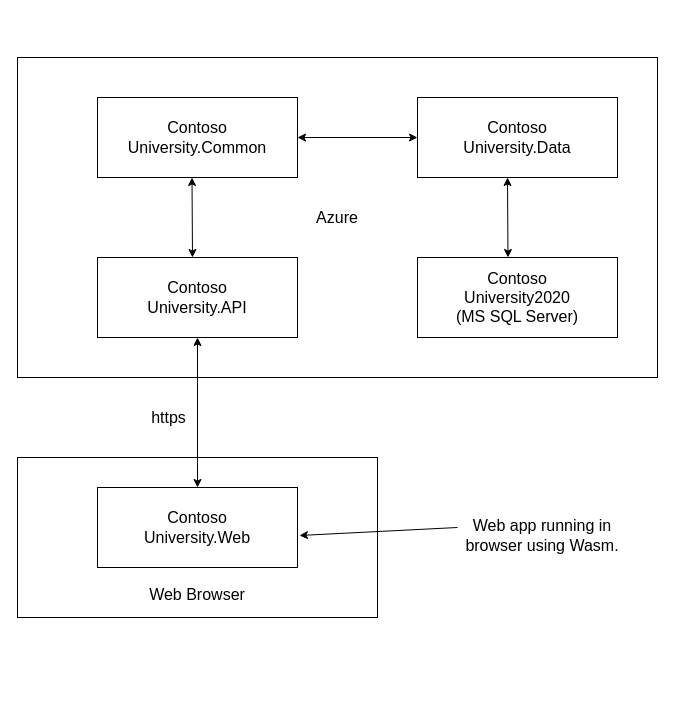
Above: Contoso-app.drawio in MBDev2k/PublicStuff (draw.io), before the change. Source tidied: cells renumbered, new cells numbered last; positions are measured from the earlier drawing's top-left corner, leaving out a move shared by most shapes. Both pictures are drawn from the tidied source at 100%, with x=0, y=0 at pixel (17, 57).
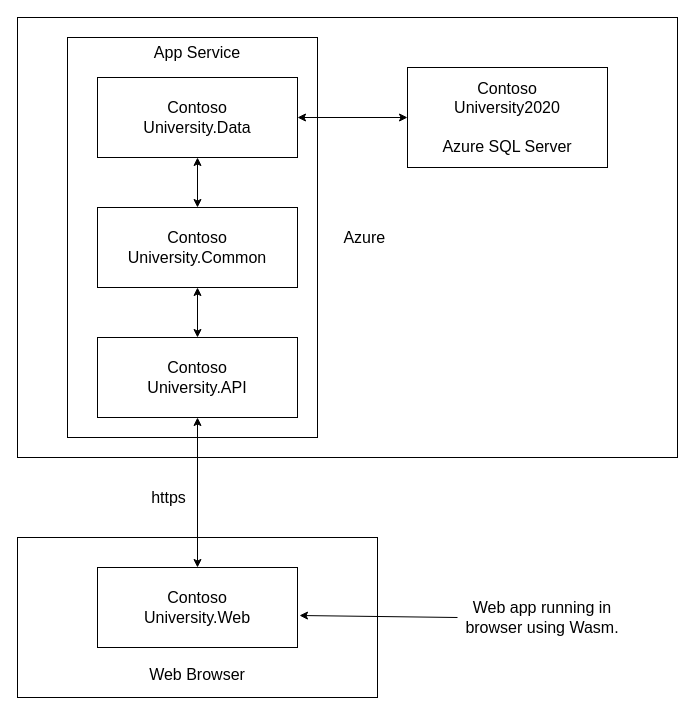
The same page after the edit.

What changed in the source:
```diff
@@
 <mxGraphModel>
   <root>
     <mxCell id="0" />
     <mxCell id="1" parent="0" />
-    <mxCell id="2" value="&lt;font style=&quot;font-size: 16px;&quot;&gt;Azure&lt;/font&gt;" style="rounded=0;whiteSpace=wrap;html=1;" parent="1" vertex="1">
-      <mxGeometry width="640" height="320" as="geometry" />
+    <mxCell id="2" value="&lt;font style=&quot;font-size: 16px;&quot;&gt;&amp;nbsp;&amp;nbsp;&amp;nbsp;&amp;nbsp;&amp;nbsp;&amp;nbsp;&amp;nbsp; Azure&lt;/font&gt;" style="rounded=0;whiteSpace=wrap;html=1;" parent="1" vertex="1">
+      <mxGeometry y="-40" width="660" height="440" as="geometry" />
     </mxCell>
+    <mxCell id="16" style="rounded=0;whiteSpace=wrap;html=1;" parent="1" vertex="1">
+      <mxGeometry x="50" y="-20" width="250" height="400" as="geometry" />
+    </mxCell>
     <mxCell id="3" value="&lt;div&gt;&lt;br&gt;&lt;/div&gt;&lt;div&gt;&lt;br&gt;&lt;/div&gt;&lt;div&gt;&lt;br&gt;&lt;/div&gt;&lt;div&gt;&lt;br&gt;&lt;/div&gt;&lt;div&gt;&lt;br&gt;&lt;/div&gt;&lt;div&gt;&lt;br&gt;&lt;/div&gt;&lt;div&gt;&lt;br&gt;&lt;/div&gt;&lt;div&gt;&lt;br&gt;&lt;/div&gt;&lt;div&gt;&lt;font style=&quot;font-size: 16px;&quot;&gt;Web Browser&lt;/font&gt;&lt;/div&gt;" style="rounded=0;whiteSpace=wrap;html=1;" parent="1" vertex="1">
-      <mxGeometry y="400" width="360" height="160" as="geometry" />
+      <mxGeometry y="480" width="360" height="160" as="geometry" />
     </mxCell>
     <mxCell id="4" value="&lt;div style=&quot;font-size: 16px;&quot;&gt;&lt;font style=&quot;font-size: 16px;&quot;&gt;Contoso&lt;/font&gt;&lt;/div&gt;&lt;div style=&quot;font-size: 16px;&quot;&gt;&lt;font style=&quot;font-size: 16px;&quot;&gt;University.API&lt;/font&gt;&lt;/div&gt;" style="rounded=0;whiteSpace=wrap;html=1;" parent="1" vertex="1">
-      <mxGeometry x="80" y="200" width="200" height="80" as="geometry" />
+      <mxGeometry x="80" y="280" width="200" height="80" as="geometry" />
     </mxCell>
     <mxCell id="5" value="&lt;div style=&quot;font-size: 16px;&quot;&gt;&lt;font style=&quot;font-size: 16px;&quot;&gt;Contoso&lt;/font&gt;&lt;/div&gt;&lt;div style=&quot;font-size: 16px;&quot;&gt;&lt;font style=&quot;font-size: 16px;&quot;&gt;University.Web&lt;/font&gt;&lt;/div&gt;" style="rounded=0;whiteSpace=wrap;html=1;" parent="1" vertex="1">
-      <mxGeometry x="80" y="430" width="200" height="80" as="geometry" />
+      <mxGeometry x="80" y="510" width="200" height="80" as="geometry" />
     </mxCell>
     <mxCell id="6" value="&lt;div style=&quot;font-size: 16px;&quot;&gt;&lt;font style=&quot;font-size: 16px;&quot;&gt;Contoso&lt;/font&gt;&lt;/div&gt;&lt;div style=&quot;font-size: 16px;&quot;&gt;&lt;font style=&quot;font-size: 16px;&quot;&gt;University.Common&lt;/font&gt;&lt;/div&gt;" style="rounded=0;whiteSpace=wrap;html=1;" parent="1" vertex="1">
-      <mxGeometry x="80" y="40" width="200" height="80" as="geometry" />
+      <mxGeometry x="80" y="150" width="200" height="80" as="geometry" />
     </mxCell>
     <mxCell id="7" value="&lt;div style=&quot;font-size: 16px;&quot;&gt;&lt;font style=&quot;font-size: 16px;&quot;&gt;Contoso&lt;/font&gt;&lt;/div&gt;&lt;div style=&quot;font-size: 16px;&quot;&gt;&lt;font style=&quot;font-size: 16px;&quot;&gt;University.Data&lt;/font&gt;&lt;/div&gt;" style="rounded=0;whiteSpace=wrap;html=1;" parent="1" vertex="1">
-      <mxGeometry x="400" y="40" width="200" height="80" as="geometry" />
+      <mxGeometry x="80" y="20" width="200" height="80" as="geometry" />
     </mxCell>
-    <mxCell id="8" value="&lt;div style=&quot;font-size: 16px;&quot;&gt;&lt;font style=&quot;font-size: 16px;&quot;&gt;Contoso&lt;/font&gt;&lt;/div&gt;&lt;div style=&quot;font-size: 16px;&quot;&gt;&lt;font style=&quot;font-size: 16px;&quot;&gt;University2020&lt;/font&gt;&lt;/div&gt;&lt;div style=&quot;font-size: 16px;&quot;&gt;&lt;font style=&quot;font-size: 16px;&quot;&gt;(MS SQL Server)&lt;br&gt;&lt;/font&gt;&lt;/div&gt;" style="rounded=0;whiteSpace=wrap;html=1;" parent="1" vertex="1">
-      <mxGeometry x="400" y="200" width="200" height="80" as="geometry" />
+    <mxCell id="8" value="&lt;div style=&quot;font-size: 16px;&quot;&gt;&lt;font style=&quot;font-size: 16px;&quot;&gt;Contoso&lt;/font&gt;&lt;/div&gt;&lt;div style=&quot;font-size: 16px;&quot;&gt;&lt;font style=&quot;font-size: 16px;&quot;&gt;University2020&lt;/font&gt;&lt;/div&gt;&lt;div style=&quot;font-size: 16px;&quot;&gt;&lt;font style=&quot;font-size: 16px;&quot;&gt;&lt;br&gt;&lt;/font&gt;&lt;/div&gt;&lt;div style=&quot;font-size: 16px;&quot;&gt;&lt;font style=&quot;font-size: 16px;&quot;&gt;Azure SQL Server&lt;br&gt;&lt;/font&gt;&lt;/div&gt;" style="rounded=0;whiteSpace=wrap;html=1;" parent="1" vertex="1">
+      <mxGeometry x="390" y="10" width="200" height="100" as="geometry" />
     </mxCell>
     <mxCell id="9" style="endArrow=classic;startArrow=classic;html=1;rounded=0;exitX=0.5;exitY=0;exitDx=0;exitDy=0;entryX=0.5;entryY=1;entryDx=0;entryDy=0;" parent="1" edge="1" source="5" target="4">
       <mxGeometry x="0.17" y="30" relative="1" as="geometry" />
     </mxCell>
     <mxCell id="10" value="&lt;font style=&quot;font-size: 16px;&quot;&gt;https&lt;/font&gt;" style="edgeLabel;html=1;align=center;verticalAlign=middle;" parent="9" vertex="1">
       <mxGeometry x="0.22" y="-1" relative="1" as="geometry">
         <mxPoint x="-31" y="21" as="offset" />
       </mxGeometry>
     </mxCell>
-    <mxCell id="11" style="endArrow=classic;startArrow=classic;html=1;rounded=0;entryX=0.5;entryY=1;entryDx=0;entryDy=0;" parent="1" edge="1">
-      <mxGeometry x="0.17" y="30" relative="1" as="geometry">
-        <mxPoint x="175" y="200" as="sourcePoint" />
-        <mxPoint x="174.5" y="120" as="targetPoint" />
-      </mxGeometry>
+    <mxCell id="11" style="endArrow=classic;startArrow=classic;html=1;rounded=0;entryX=0.5;entryY=1;entryDx=0;entryDy=0;exitX=0.5;exitY=0;exitDx=0;exitDy=0;" parent="1" edge="1" source="4" target="6">
+      <mxGeometry x="0.17" y="30" relative="1" as="geometry" />
     </mxCell>
-    <mxCell id="12" style="endArrow=classic;startArrow=classic;html=1;rounded=0;entryX=1;entryY=0.5;entryDx=0;entryDy=0;exitX=0;exitY=0.5;exitDx=0;exitDy=0;" parent="1" edge="1" source="7" target="6">
+    <mxCell id="12" style="endArrow=classic;startArrow=classic;html=1;rounded=0;entryX=0.5;entryY=0;entryDx=0;entryDy=0;exitX=0.5;exitY=1;exitDx=0;exitDy=0;" parent="1" edge="1" source="7" target="6">
       <mxGeometry x="0.17" y="30" relative="1" as="geometry" />
     </mxCell>
-    <mxCell id="13" style="endArrow=classic;startArrow=classic;html=1;rounded=0;entryX=0.5;entryY=1;entryDx=0;entryDy=0;" parent="1" edge="1">
-      <mxGeometry x="0.17" y="30" relative="1" as="geometry">
-        <mxPoint x="490.5" y="200" as="sourcePoint" />
-        <mxPoint x="490" y="120" as="targetPoint" />
-      </mxGeometry>
+    <mxCell id="13" style="endArrow=classic;startArrow=classic;html=1;rounded=0;entryX=1;entryY=0.5;entryDx=0;entryDy=0;exitX=0;exitY=0.5;exitDx=0;exitDy=0;" parent="1" edge="1" source="8" target="7">
+      <mxGeometry x="0.17" y="30" relative="1" as="geometry" />
     </mxCell>
-    <mxCell id="14" style="endArrow=classic;html=1;rounded=0;entryX=1.01;entryY=0.6;entryDx=0;entryDy=0;entryPerimeter=0;" parent="1" edge="1" target="5">
-      <mxGeometry relative="1" as="geometry">
-        <mxPoint x="440" y="470" as="sourcePoint" />
-      </mxGeometry>
+    <mxCell id="14" style="endArrow=classic;html=1;rounded=0;entryX=1.01;entryY=0.6;entryDx=0;entryDy=0;entryPerimeter=0;exitX=0;exitY=0.5;exitDx=0;exitDy=0;" parent="1" edge="1" source="15" target="5">
+      <mxGeometry relative="1" as="geometry" />
     </mxCell>
     <mxCell id="15" value="&lt;font style=&quot;font-size: 16px;&quot;&gt;Web app running in browser using Wasm.&lt;/font&gt;" style="text;html=1;strokeColor=none;fillColor=none;align=center;verticalAlign=middle;whiteSpace=wrap;rounded=0;" parent="1" vertex="1">
-      <mxGeometry x="440" y="455" width="170" height="45" as="geometry" />
+      <mxGeometry x="440" y="537.5" width="170" height="45" as="geometry" />
     </mxCell>
+    <mxCell id="17" value="&lt;font style=&quot;font-size: 16px;&quot;&gt;App Service&lt;/font&gt;" style="text;html=1;strokeColor=none;fillColor=none;align=center;verticalAlign=middle;whiteSpace=wrap;rounded=0;" parent="1" vertex="1">
+      <mxGeometry x="110" y="-20" width="140" height="30" as="geometry" />
+    </mxCell>
   </root>
 </mxGraphModel>
```
